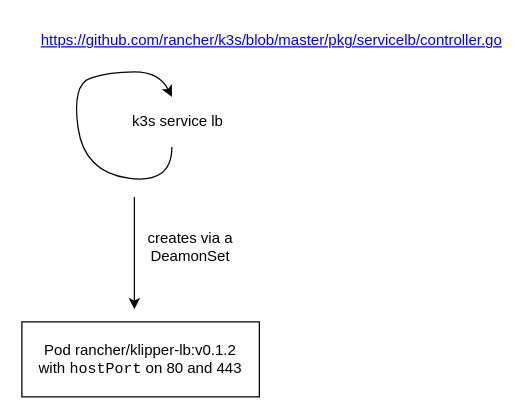
maelvls/maelvls.github.io keeps this draw.io diagram as content/2020/packets-eye-of-a-service/k3s-servicelb.drawio. Above is the earlier version. Source tidied: cells renumbered, new cells numbered last; positions are measured from the earlier drawing's top-left corner, leaving out a move shared by most shapes. Both pictures are drawn from the tidied source at 125%, with x=0, y=0 at pixel (21, 21).
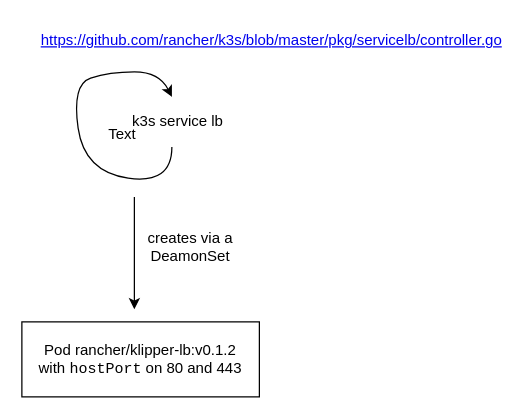
The same diagram, later.

Diff of the diagram source:
```diff
@@
 <mxGraphModel>
   <root>
     <mxCell id="0" />
     <mxCell id="1" parent="0" />
     <mxCell id="2" value="k3s service lb" style="text;html=1;strokeColor=none;fillColor=none;align=center;verticalAlign=middle;whiteSpace=wrap;rounded=0;" parent="1" vertex="1">
       <mxGeometry x="60" y="70" width="130" height="20" as="geometry" />
     </mxCell>
     <mxCell id="3" style="curved=1;endArrow=classic;html=1;" parent="1" edge="1">
       <mxGeometry relative="1" as="geometry">
         <mxPoint x="120" y="100" as="sourcePoint" />
         <mxPoint x="120" y="60" as="targetPoint" />
         <Array as="points">
           <mxPoint x="120" y="130" />
           <mxPoint x="50" y="120" />
           <mxPoint x="40" y="50" />
           <mxPoint x="70" y="40" />
           <mxPoint x="110" y="40" />
         </Array>
       </mxGeometry>
     </mxCell>
     <mxCell id="4" value="&lt;a href=&quot;https://github.com/rancher/k3s/blob/master/pkg/servicelb/controller.go&quot;&gt;https://github.com/rancher/k3s/blob/master/pkg/servicelb/controller.go&lt;/a&gt;" style="text;html=1;strokeColor=none;fillColor=none;align=center;verticalAlign=middle;whiteSpace=wrap;rounded=0;" parent="1" vertex="1">
       <mxGeometry x="10" width="380" height="30" as="geometry" />
     </mxCell>
     <mxCell id="5" style="endArrow=classic;html=1;" parent="1" edge="1">
       <mxGeometry relative="1" as="geometry">
         <mxPoint x="90" y="140" as="sourcePoint" />
         <mxPoint x="90" y="230" as="targetPoint" />
       </mxGeometry>
     </mxCell>
     <mxCell id="6" value="creates via a DeamonSet" style="text;html=1;strokeColor=none;fillColor=none;align=center;verticalAlign=middle;whiteSpace=wrap;rounded=0;" parent="1" vertex="1">
       <mxGeometry x="80" y="160" width="110" height="40" as="geometry" />
     </mxCell>
     <mxCell id="7" value="Pod rancher/klipper-lb:v0.1.2&lt;br&gt;with &lt;font face=&quot;Courier New&quot;&gt;hostPort&lt;/font&gt; on 80 and 443" style="rounded=0;whiteSpace=wrap;html=1;" parent="1" vertex="1">
       <mxGeometry y="240" width="190" height="60" as="geometry" />
     </mxCell>
+    <mxCell id="8" value="Text" style="text;html=1;align=center;verticalAlign=middle;fillColor=none;strokeColor=none;rounded=0;" parent="1" vertex="1">
+      <mxGeometry x="60" y="80" width="40" height="20" as="geometry" />
+    </mxCell>
   </root>
 </mxGraphModel>
```
